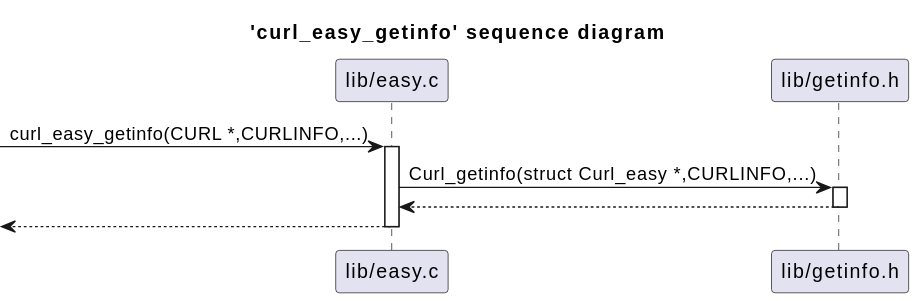
Before: curl/diagrams/curl_easy_getinfo.svg, a diagram exported from PlantUML (bkryza/clang-uml-examples).
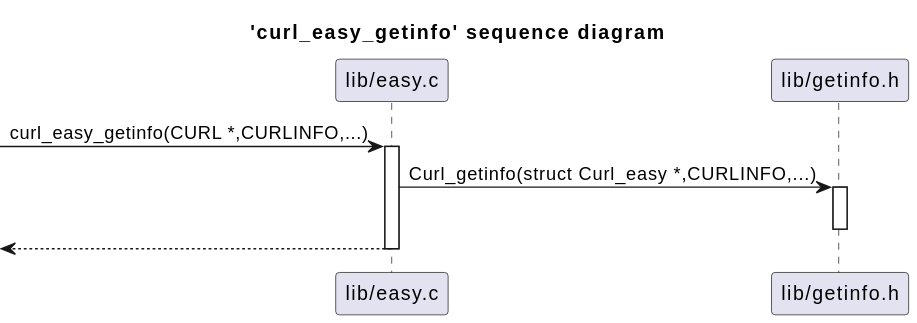
After the commit.

Diff of the diagram source:
```diff
@@ -6,7 +6,6 @@
 participant "lib/getinfo.h" as C_0015999069102115559730
 C_0013686580212228222516 -> C_0015999069102115559730 [[https://github.com/curl/curl/blob/34cf9d54a46598c44938aa7598820484d7af7133/lib/easy.c#L873{}]] : Curl_getinfo(struct Curl_easy *,CURLINFO,...)
 activate C_0015999069102115559730
-C_0015999069102115559730 --> C_0013686580212228222516
 deactivate C_0015999069102115559730
 [<-- C_0013686580212228222516
 deactivate C_0013686580212228222516
```
